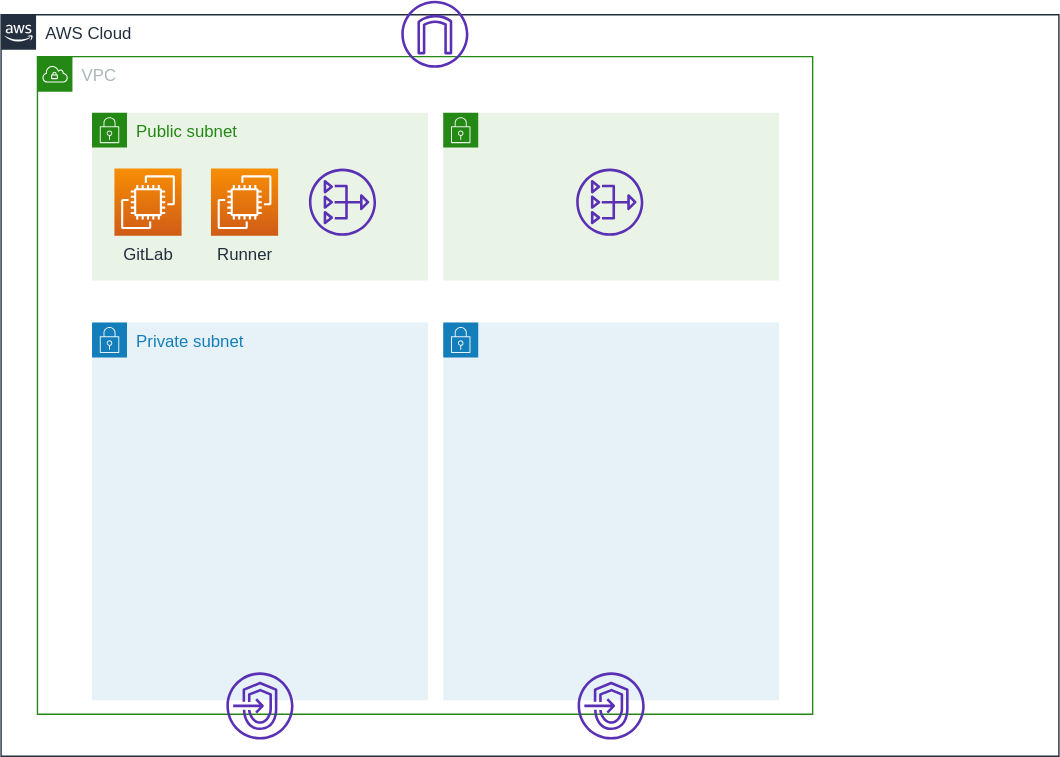
Above: documents/images/use-runner.svg in moriryota62/ecs-cicd (draw.io), before the change. Source tidied: cells renumbered, new cells last; positions are measured from the earlier drawing's top-left corner, leaving out a move shared by most shapes.
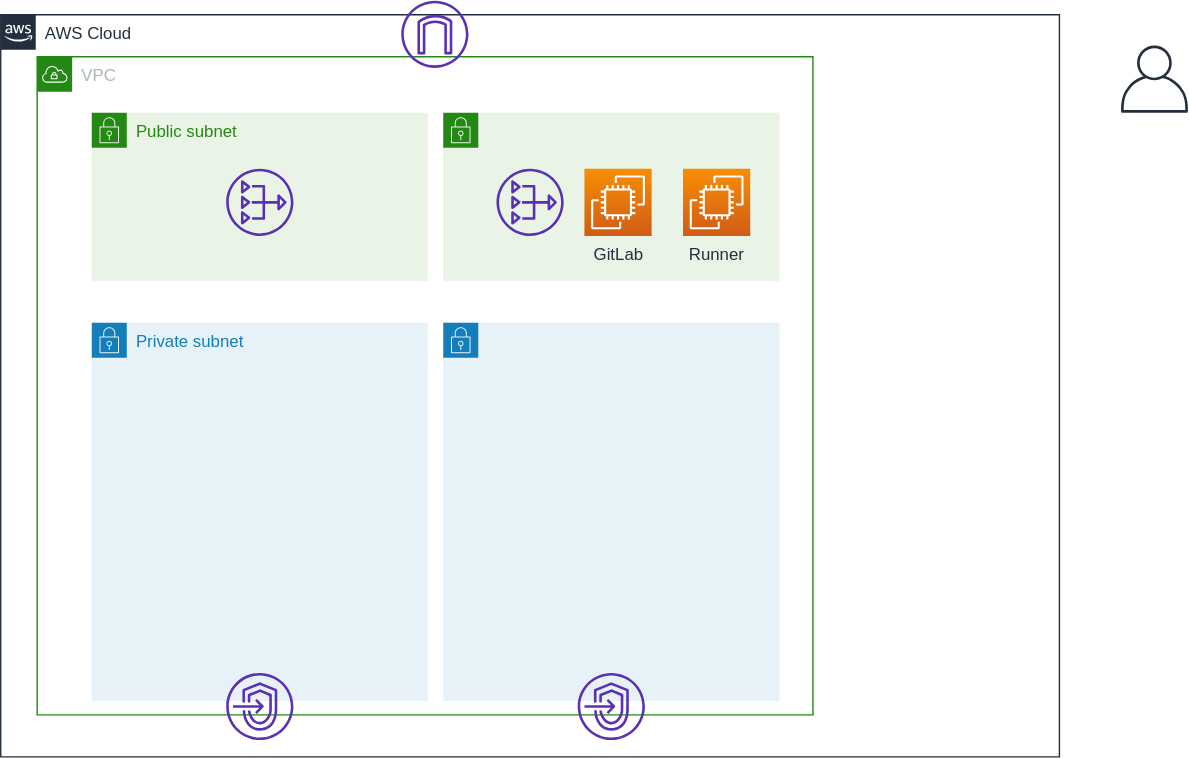
The same diagram one commit later.

The edit, as a diff of the source:
```diff
@@ -15,10 +15,10 @@
       <mxGeometry x="316" y="80" width="240" height="120" as="geometry" />
     </mxCell>
     <mxCell id="6" value="GitLab" style="fontColor=#232F3E;gradientColor=#F78E04;gradientDirection=north;fillColor=#D05C17;strokeColor=#ffffff;dashed=0;verticalLabelPosition=bottom;verticalAlign=top;align=center;html=1;fontSize=12;fontStyle=0;shape=mxgraph.aws4.resourceIcon;resIcon=mxgraph.aws4.ec2;" parent="1" vertex="1">
-      <mxGeometry x="81" y="120" width="48" height="48" as="geometry" />
+      <mxGeometry x="416.8" y="120" width="48" height="48" as="geometry" />
     </mxCell>
     <mxCell id="7" value="Runner" style="fontColor=#232F3E;gradientColor=#F78E04;gradientDirection=north;fillColor=#D05C17;strokeColor=#ffffff;dashed=0;verticalLabelPosition=bottom;verticalAlign=top;align=center;html=1;fontSize=12;fontStyle=0;shape=mxgraph.aws4.resourceIcon;resIcon=mxgraph.aws4.ec2;" parent="1" vertex="1">
-      <mxGeometry x="150" y="120" width="48" height="48" as="geometry" />
+      <mxGeometry x="487.2" y="120" width="48" height="48" as="geometry" />
     </mxCell>
     <mxCell id="8" style="fontColor=#232F3E;gradientColor=none;fillColor=#5A30B5;strokeColor=none;dashed=0;verticalLabelPosition=bottom;verticalAlign=top;align=center;html=1;fontSize=12;fontStyle=0;shape=mxgraph.aws4.internet_gateway;" parent="1" vertex="1">
       <mxGeometry x="286" width="48" height="48" as="geometry" />
@@ -30,7 +30,7 @@
       <mxGeometry x="316" y="230" width="240" height="270" as="geometry" />
     </mxCell>
     <mxCell id="11" style="fontColor=#232F3E;gradientColor=none;fillColor=#5A30B5;strokeColor=none;dashed=0;verticalLabelPosition=bottom;verticalAlign=top;align=center;html=1;fontSize=12;fontStyle=0;shape=mxgraph.aws4.nat_gateway;" parent="1" vertex="1">
-      <mxGeometry x="411" y="120" width="48" height="48" as="geometry" />
+      <mxGeometry x="161" y="120" width="48" height="48" as="geometry" />
     </mxCell>
     <mxCell id="12" style="fontColor=#232F3E;gradientColor=none;fillColor=#5A30B5;strokeColor=none;dashed=0;verticalLabelPosition=bottom;verticalAlign=top;align=center;html=1;fontSize=12;fontStyle=0;shape=mxgraph.aws4.endpoints;" parent="1" vertex="1">
       <mxGeometry x="161" y="480" width="48" height="48" as="geometry" />
@@ -39,7 +39,10 @@
       <mxGeometry x="412" y="480" width="48" height="48" as="geometry" />
     </mxCell>
     <mxCell id="14" style="fontColor=#232F3E;gradientColor=none;fillColor=#5A30B5;strokeColor=none;dashed=0;verticalLabelPosition=bottom;verticalAlign=top;align=center;html=1;fontSize=12;fontStyle=0;shape=mxgraph.aws4.nat_gateway;" parent="1" vertex="1">
-      <mxGeometry x="220" y="120" width="48" height="48" as="geometry" />
+      <mxGeometry x="354" y="120" width="48" height="48" as="geometry" />
     </mxCell>
+    <mxCell id="15" style="fontColor=#232F3E;gradientColor=none;fillColor=#232F3E;strokeColor=none;dashed=0;verticalLabelPosition=bottom;verticalAlign=top;align=center;html=1;fontSize=12;fontStyle=0;shape=mxgraph.aws4.user;" parent="1" vertex="1">
+      <mxGeometry x="800" y="32" width="48" height="48" as="geometry" />
+    </mxCell>
   </root>
 </mxGraphModel>
```
